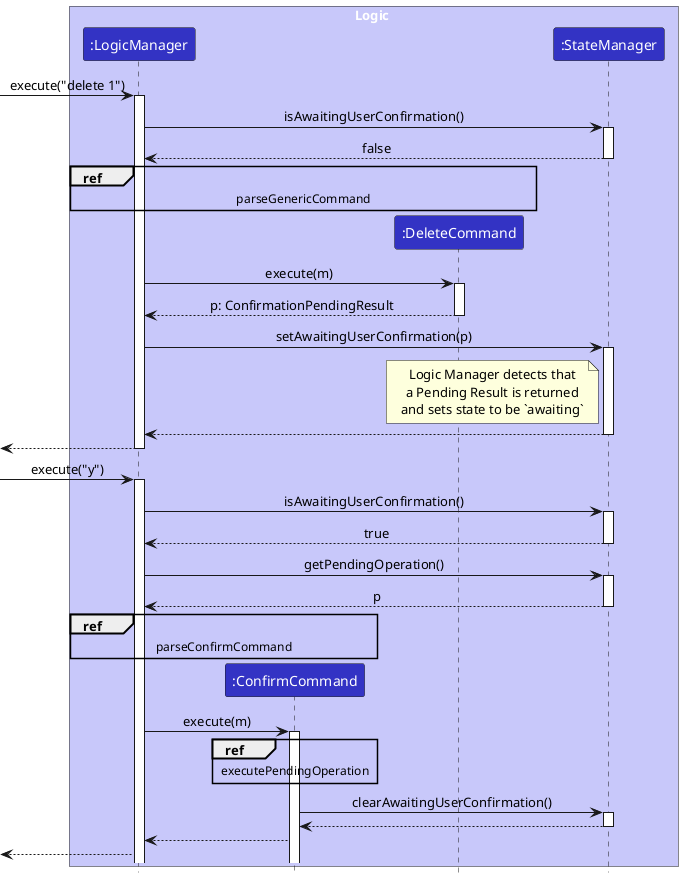
Above: docs/images/DeleteAbstractedStateDiagram.png in Itsdaodao/tp (PlantUML), before the change.
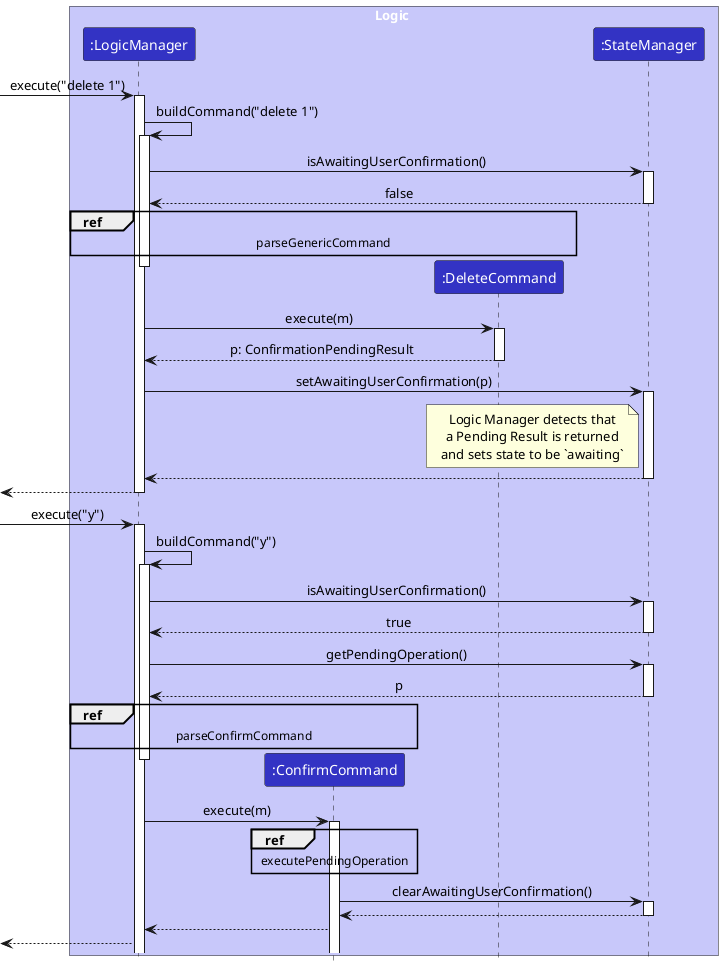
Later version of the same file.

Diff of the diagram source:
```diff
@@ -11,16 +11,22 @@
 -> LogicManager #FFBBBB : execute("delete 1")
 activate LogicManager
 
+
+LogicManager -> LogicManager: buildCommand("delete 1")
+activate LogicManager
+
 LogicManager -> StateManager: isAwaitingUserConfirmation()
 activate StateManager
 
 StateManager --> LogicManager: false
 deactivate StateManager
 
+
 ref over LogicManager, DeleteCommand: parseGenericCommand
 
 create DeleteCommand
 LogicManager[hidden]-> DeleteCommand
+deactivate LogicManager
 
 
 
@@ -50,6 +56,10 @@
 -> LogicManager#FFBBBB: execute("y")
 activate LogicManager
 
+
+LogicManager -> LogicManager: buildCommand("y")
+activate LogicManager
+
 LogicManager -> StateManager: isAwaitingUserConfirmation()
 activate StateManager
 
@@ -65,6 +75,7 @@
 ref over LogicManager, ConfirmCommand: parseConfirmCommand
 create ConfirmCommand
 LogicManager[hidden]-> ConfirmCommand
+deactivate LogicManager
 
 LogicManager -> ConfirmCommand: execute(m)
 activate ConfirmCommand
```
